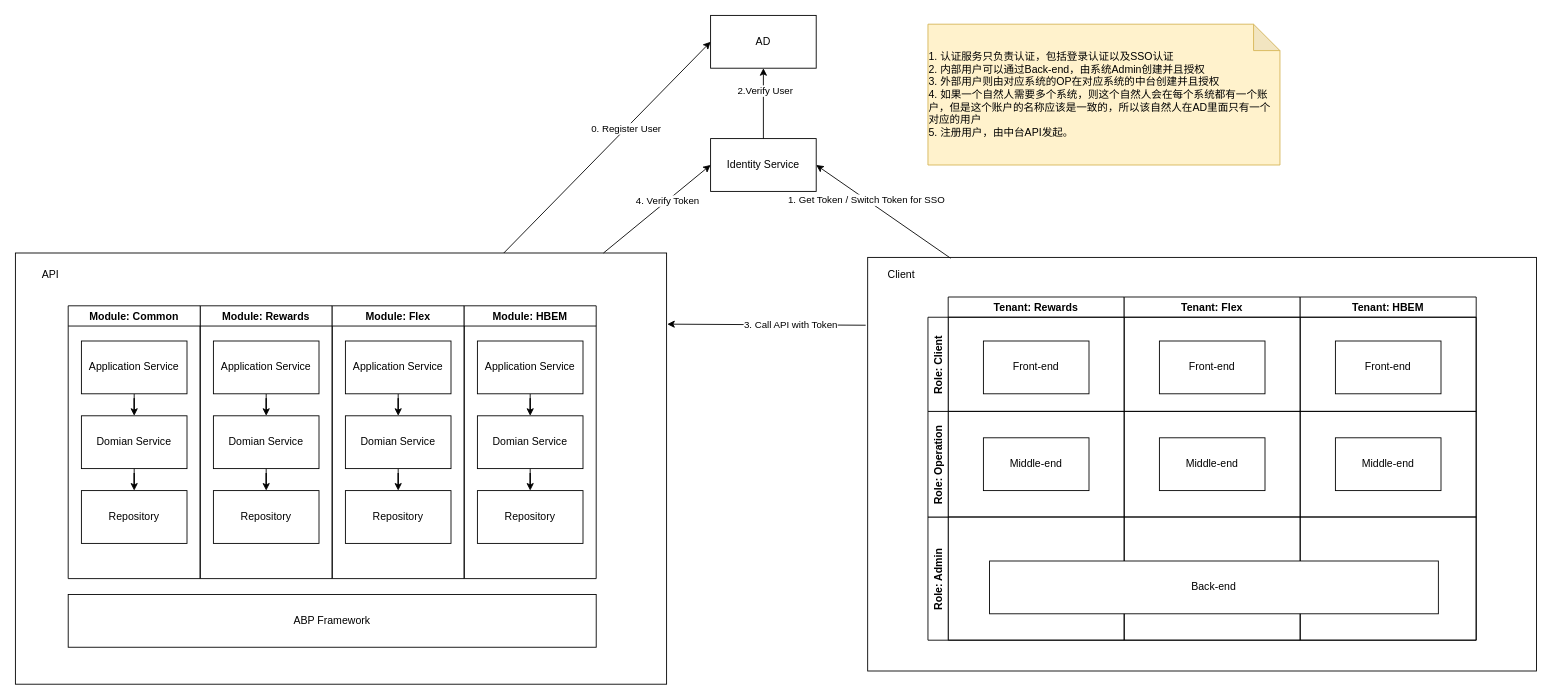
Earlier version of the draw.io diagram page "Overall" (1 of 7) of ids.drawio (dellexquan/transfer). Source tidied: cells renumbered, new cells numbered last; positions are measured from the earlier drawing's top-left corner, leaving out a move shared by most shapes. Both pictures are drawn from the tidied source at 88%, with x=0, y=0 at pixel (15, 15).
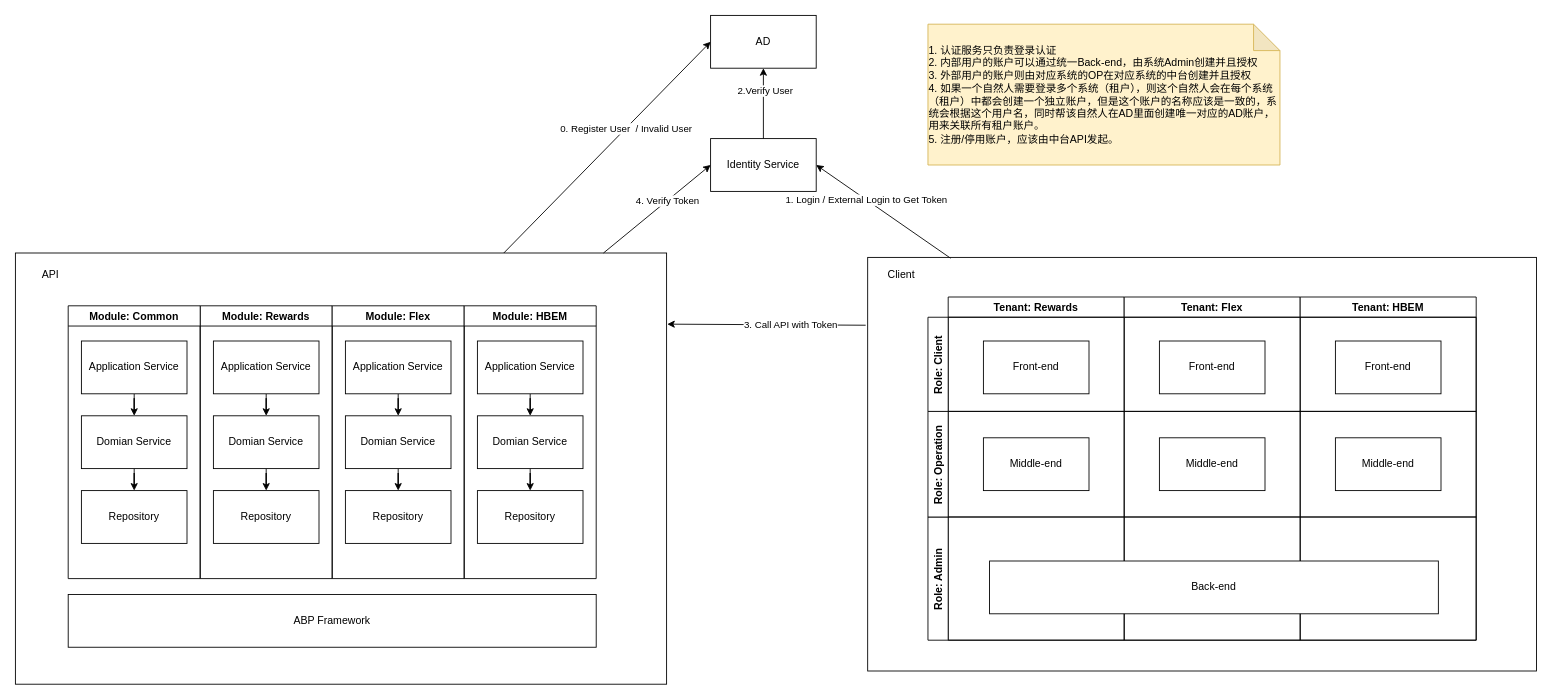
Above is the later version.

The change refers to these unchanged cells:
```xml
<mxCell id="50" style="endArrow=classic;startArrow=none;html=1;rounded=0;entryX=1;entryY=0.5;entryDx=0;entryDy=0;exitX=0.124;exitY=0.002;exitDx=0;exitDy=0;exitPerimeter=0;startFill=0;" parent="1" edge="1" source="3" target="4">
  <mxGeometry relative="1" as="geometry" />
</mxCell>
<mxCell id="54" style="endArrow=classic;startArrow=none;html=1;rounded=0;entryX=0;entryY=0.5;entryDx=0;entryDy=0;startFill=0;exitX=0.75;exitY=0;exitDx=0;exitDy=0;" parent="1" edge="1" source="2" target="45">
  <mxGeometry relative="1" as="geometry" />
</mxCell>
```

What changed in the source:
```diff
@@
-    <mxCell id="51" value="1. Get Token / Switch Token for SSO" style="edgeLabel;html=1;align=center;verticalAlign=middle;" parent="50" vertex="1">
+    <mxCell id="51" value="1. Login / External Login to Get Token" style="edgeLabel;html=1;align=center;verticalAlign=middle;" parent="50" vertex="1">
       <mxGeometry x="0.26" relative="1" as="geometry" />
     </mxCell>
@@
-    <mxCell id="55" value="0. Register User" style="edgeLabel;html=1;align=center;verticalAlign=middle;" parent="54" vertex="1">
+    <mxCell id="55" value="0. Register User&amp;nbsp; / Invalid User" style="edgeLabel;html=1;align=center;verticalAlign=middle;" parent="54" vertex="1">
       <mxGeometry x="0.18" relative="1" as="geometry" />
     </mxCell>
-    <mxCell id="56" value="&lt;p style=&quot;line-height: 1.4&quot;&gt;&lt;/p&gt;&lt;div style=&quot;text-align: left&quot;&gt;1. 认证服务只负责认证，包括登录认证以及SSO认证&lt;/div&gt;&lt;div style=&quot;text-align: left&quot;&gt;2. 内部用户可以通过Back-end，由系统Admin创建并且授权&lt;/div&gt;&lt;div style=&quot;text-align: left&quot;&gt;3. 外部用户则由对应系统的OP在对应系统的中台创建并且授权&lt;/div&gt;&lt;div style=&quot;text-align: left&quot;&gt;4. 如果一个自然人需要多个系统，则这个自然人会在每个系统都有一个账户，但是这个账户的名称应该是一致的，所以该自然人在AD里面只有一个对应的用户&lt;/div&gt;&lt;div style=&quot;text-align: left&quot;&gt;5. 注册用户，由中台API发起。&lt;/div&gt;&lt;p&gt;&lt;/p&gt;" style="shape=note;whiteSpace=wrap;html=1;backgroundOutline=1;darkOpacity=0.05;fillColor=#fff2cc;strokeColor=#d6b656;" parent="1" vertex="1">
+    <mxCell id="56" value="&lt;p style=&quot;line-height: 1.4&quot;&gt;&lt;/p&gt;&lt;div style=&quot;text-align: left&quot;&gt;1. 认证服务只负责登录认证&lt;/div&gt;&lt;div style=&quot;text-align: left&quot;&gt;2. 内部用户的账户可以通过统一Back-end，由系统Admin创建并且授权&lt;/div&gt;&lt;div style=&quot;text-align: left&quot;&gt;3. 外部用户的账户则由对应系统的OP在对应系统的中台创建并且授权&lt;/div&gt;&lt;div style=&quot;text-align: left&quot;&gt;4. 如果一个自然人需要登录多个系统（租户），则这个自然人会在每个系统（租户）中都会创建一个独立账户，但是这个账户的名称应该是一致的，系统会根据这个用户名，同时帮该自然人在AD里面创建唯一对应的AD账户，用来关联所有租户账户。&lt;/div&gt;&lt;div style=&quot;text-align: left&quot;&gt;5. 注册/停用账户，应该由中台API发起。&lt;/div&gt;&lt;p&gt;&lt;/p&gt;" style="shape=note;whiteSpace=wrap;html=1;backgroundOutline=1;darkOpacity=0.05;fillColor=#fff2cc;strokeColor=#d6b656;" parent="1" vertex="1">
       <mxGeometry x="1037" y="10" width="400" height="160" as="geometry" />
     </mxCell>
```
